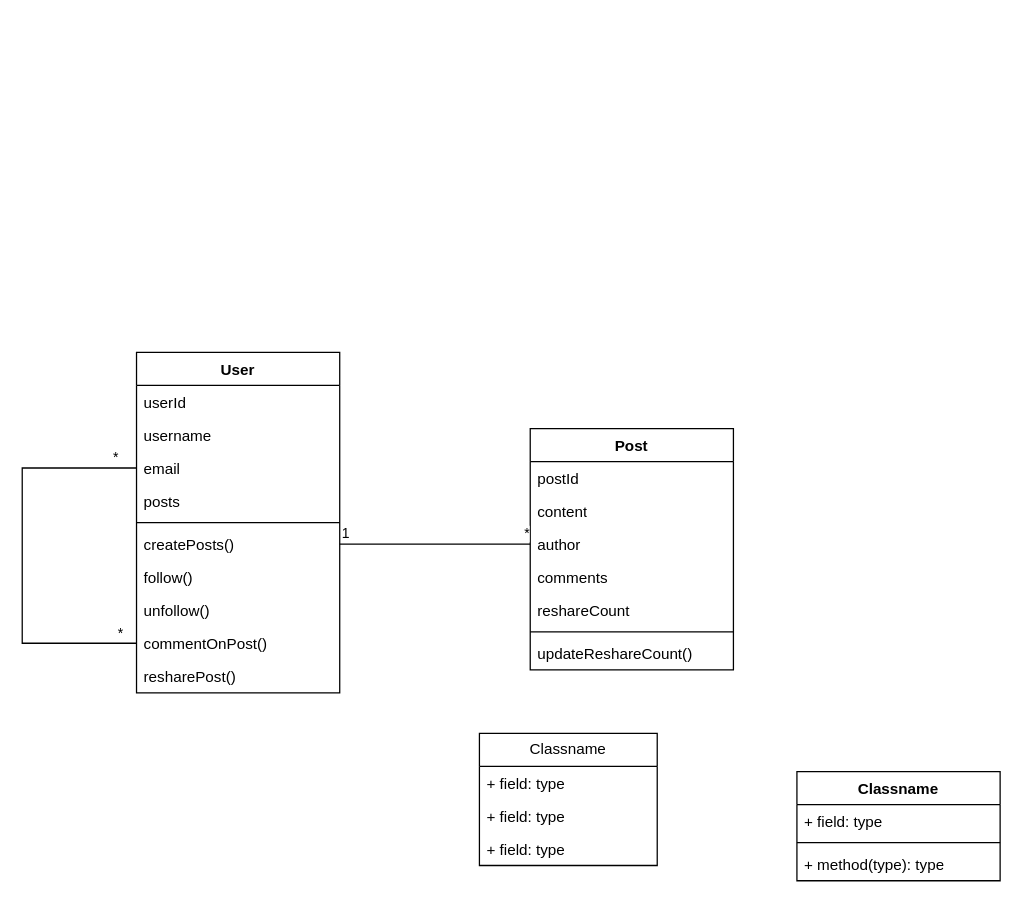
This is social_network.drawio from jilv220/UMLs, a draw.io file, before an edit. Source tidied: cells renumbered, new cells numbered last; positions are measured from the earlier drawing's top-left corner, leaving out a move shared by most shapes. Both pictures are drawn from the tidied source at 127%, with x=0, y=0 at pixel (22, 352).
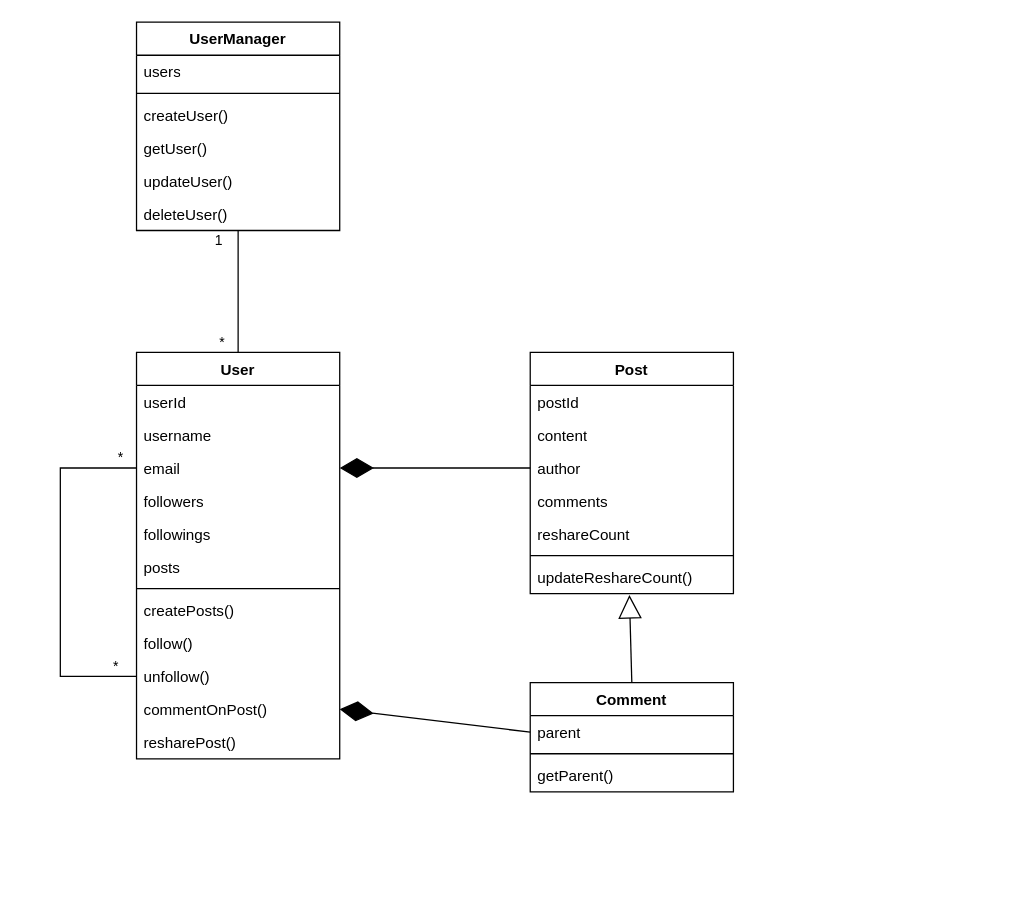
Above is the later version.

The change refers to these unchanged cells:
```xml
<mxCell id="5" value="email" style="text;strokeColor=none;fillColor=none;align=left;verticalAlign=top;spacingLeft=4;spacingRight=4;overflow=hidden;points=[[0,0.5],[1,0.5]];portConstraint=eastwest;whiteSpace=wrap;html=1;" parent="2" vertex="1">
  <mxGeometry y="78" width="160" height="26" as="geometry" />
</mxCell>
<mxCell id="27" value="author" style="text;strokeColor=none;fillColor=none;align=left;verticalAlign=top;spacingLeft=4;spacingRight=4;overflow=hidden;points=[[0,0.5],[1,0.5]];portConstraint=eastwest;whiteSpace=wrap;html=1;" parent="24" vertex="1">
  <mxGeometry y="78" width="160" height="26" as="geometry" />
</mxCell>
<mxCell id="31" value="updateReshareCount()" style="text;strokeColor=none;fillColor=none;align=left;verticalAlign=top;spacingLeft=4;spacingRight=4;overflow=hidden;points=[[0,0.5],[1,0.5]];portConstraint=eastwest;whiteSpace=wrap;html=1;" parent="24" vertex="1">
  <mxGeometry y="164" width="160" height="26" as="geometry" />
</mxCell>
```

Diff of the diagram source:
```diff
@@
     <mxCell id="2" value="User" style="swimlane;fontStyle=1;align=center;verticalAlign=top;horizontal=1;startSize=26;whiteSpace=wrap;html=1;" parent="1" vertex="1">
-      <mxGeometry x="90" width="160" height="268" as="geometry" />
+      <mxGeometry x="90" width="160" height="320" as="geometry" />
     </mxCell>
@@
+    <mxCell id="35" value="followers" style="text;strokeColor=none;fillColor=none;align=left;verticalAlign=top;spacingLeft=4;spacingRight=4;overflow=hidden;whiteSpace=wrap;html=1;" parent="2" vertex="1">
+      <mxGeometry y="104" width="160" height="26" as="geometry" />
+    </mxCell>
+    <mxCell id="36" value="followings" style="text;strokeColor=none;fillColor=none;align=left;verticalAlign=top;spacingLeft=4;spacingRight=4;overflow=hidden;whiteSpace=wrap;html=1;" parent="2" vertex="1">
+      <mxGeometry y="130" width="160" height="26" as="geometry" />
+    </mxCell>
     <mxCell id="6" value="posts" style="text;strokeColor=none;fillColor=none;align=left;verticalAlign=top;spacingLeft=4;spacingRight=4;overflow=hidden;whiteSpace=wrap;html=1;" parent="2" vertex="1">
-      <mxGeometry y="104" width="160" height="26" as="geometry" />
+      <mxGeometry y="156" width="160" height="26" as="geometry" />
     </mxCell>
     <mxCell id="7" style="line;strokeWidth=1;fillColor=none;align=left;verticalAlign=middle;spacingTop=-1;spacingLeft=3;spacingRight=3;labelPosition=right;strokeColor=inherit;" parent="2" vertex="1">
-      <mxGeometry y="130" width="160" height="8" as="geometry" />
+      <mxGeometry y="182" width="160" height="8" as="geometry" />
     </mxCell>
     <mxCell id="8" value="createPosts()" style="text;strokeColor=none;fillColor=none;align=left;verticalAlign=top;spacingLeft=4;spacingRight=4;overflow=hidden;points=[[0,0.5],[1,0.5]];portConstraint=eastwest;whiteSpace=wrap;html=1;" parent="2" vertex="1">
-      <mxGeometry y="138" width="160" height="26" as="geometry" />
+      <mxGeometry y="190" width="160" height="26" as="geometry" />
     </mxCell>
     <mxCell id="9" value="follow()" style="text;strokeColor=none;fillColor=none;align=left;verticalAlign=top;spacingLeft=4;spacingRight=4;overflow=hidden;whiteSpace=wrap;html=1;" parent="2" vertex="1">
-      <mxGeometry y="164" width="160" height="26" as="geometry" />
+      <mxGeometry y="216" width="160" height="26" as="geometry" />
     </mxCell>
     <mxCell id="10" value="unfollow()" style="text;strokeColor=none;fillColor=none;align=left;verticalAlign=top;spacingLeft=4;spacingRight=4;overflow=hidden;points=[[0,0.5],[1,0.5]];portConstraint=eastwest;whiteSpace=wrap;html=1;" parent="2" vertex="1">
-      <mxGeometry y="190" width="160" height="26" as="geometry" />
+      <mxGeometry y="242" width="160" height="26" as="geometry" />
     </mxCell>
     <mxCell id="11" value="commentOnPost()" style="text;strokeColor=none;fillColor=none;align=left;verticalAlign=top;spacingLeft=4;spacingRight=4;overflow=hidden;points=[[0,0.5],[1,0.5]];portConstraint=eastwest;whiteSpace=wrap;html=1;" parent="2" vertex="1">
-      <mxGeometry y="216" width="160" height="26" as="geometry" />
+      <mxGeometry y="268" width="160" height="26" as="geometry" />
     </mxCell>
     <mxCell id="12" value="resharePost()" style="text;strokeColor=none;fillColor=none;align=left;verticalAlign=top;spacingLeft=4;spacingRight=4;overflow=hidden;whiteSpace=wrap;html=1;" parent="2" vertex="1">
-      <mxGeometry y="242" width="160" height="26" as="geometry" />
+      <mxGeometry y="294" width="160" height="26" as="geometry" />
     </mxCell>
-    <mxCell id="13" style="endArrow=none;html=1;edgeStyle=orthogonalEdgeStyle;rounded=0;entryX=0;entryY=0.5;entryDx=0;entryDy=0;exitX=0;exitY=0.5;exitDx=0;exitDy=0;" parent="2" edge="1" source="5" target="11">
-      <mxGeometry relative="1" as="geometry">
-        <Array as="points">
-          <mxPoint x="-90" y="91" />
-          <mxPoint x="-90" y="229" />
-        </Array>
-      </mxGeometry>
-    </mxCell>
+    <mxCell id="37" style="endArrow=none;html=1;edgeStyle=orthogonalEdgeStyle;rounded=0;exitX=0;exitY=0.5;exitDx=0;exitDy=0;entryX=0;entryY=0.5;entryDx=0;entryDy=0;" parent="2" edge="1" source="10" target="5">
+      <mxGeometry relative="1" as="geometry">
+        <Array as="points">
+          <mxPoint x="-60" y="255" />
+          <mxPoint x="-60" y="91" />
+        </Array>
+      </mxGeometry>
+    </mxCell>
-    <mxCell id="14" value="*" style="edgeLabel;html=1;align=left;verticalAlign=bottom;" parent="13" vertex="1">
+    <mxCell id="14" value="*" style="edgeLabel;html=1;align=left;verticalAlign=bottom;" parent="37" vertex="1">
       <mxGeometry x="-1" relative="1" as="geometry">
         <mxPoint x="-20" as="offset" />
       </mxGeometry>
     </mxCell>
-    <mxCell id="15" value="*" style="edgeLabel;html=1;align=right;verticalAlign=bottom;" parent="13" vertex="1">
-      <mxGeometry x="1" relative="1" as="geometry">
-        <mxPoint x="-10" as="offset" />
-      </mxGeometry>
-    </mxCell>
+    <mxCell id="38" value="*" style="edgeLabel;html=1;align=right;verticalAlign=bottom;" parent="37" vertex="1">
+      <mxGeometry x="1" relative="1" as="geometry">
+        <mxPoint x="-10" as="offset" />
+      </mxGeometry>
+    </mxCell>
-    <mxCell id="16" value="Classname" style="swimlane;fontStyle=1;align=center;verticalAlign=top;horizontal=1;startSize=26;whiteSpace=wrap;html=1;" parent="1" vertex="1">
-      <mxGeometry x="610" y="330" width="160" height="86" as="geometry" />
+    <mxCell id="16" value="Comment" style="swimlane;fontStyle=1;align=center;verticalAlign=top;horizontal=1;startSize=26;whiteSpace=wrap;html=1;" parent="1" vertex="1">
+      <mxGeometry x="400" y="260" width="160" height="86" as="geometry" />
     </mxCell>
-    <mxCell id="17" value="+ field: type" style="text;strokeColor=none;fillColor=none;align=left;verticalAlign=top;spacingLeft=4;spacingRight=4;overflow=hidden;points=[[0,0.5],[1,0.5]];portConstraint=eastwest;whiteSpace=wrap;html=1;" parent="16" vertex="1">
+    <mxCell id="17" value="parent" style="text;strokeColor=none;fillColor=none;align=left;verticalAlign=top;spacingLeft=4;spacingRight=4;overflow=hidden;points=[[0,0.5],[1,0.5]];portConstraint=eastwest;whiteSpace=wrap;html=1;" parent="16" vertex="1">
       <mxGeometry y="26" width="160" height="26" as="geometry" />
     </mxCell>
@@
-    <mxCell id="19" value="+ method(type): type" style="text;strokeColor=none;fillColor=none;align=left;verticalAlign=top;spacingLeft=4;spacingRight=4;overflow=hidden;whiteSpace=wrap;html=1;" parent="16" vertex="1">
+    <mxCell id="19" value="getParent()" style="text;strokeColor=none;fillColor=none;align=left;verticalAlign=top;spacingLeft=4;spacingRight=4;overflow=hidden;whiteSpace=wrap;html=1;" parent="16" vertex="1">
       <mxGeometry y="60" width="160" height="26" as="geometry" />
     </mxCell>
-    <mxCell id="20" value="Classname" style="swimlane;fontStyle=0;horizontal=1;startSize=26;fillColor=none;whiteSpace=wrap;html=1;" parent="1" vertex="1">
-      <mxGeometry x="360" y="300" width="140" height="104" as="geometry" />
-    </mxCell>
-    <mxCell id="21" value="+ field: type" style="text;strokeColor=none;fillColor=none;align=left;verticalAlign=top;spacingLeft=4;spacingRight=4;overflow=hidden;whiteSpace=wrap;html=1;" parent="20" vertex="1">
-      <mxGeometry y="26" width="140" height="26" as="geometry" />
-    </mxCell>
-    <mxCell id="22" value="+ field: type" style="text;strokeColor=none;fillColor=none;align=left;verticalAlign=top;spacingLeft=4;spacingRight=4;overflow=hidden;whiteSpace=wrap;html=1;" parent="20" vertex="1">
-      <mxGeometry y="52" width="140" height="26" as="geometry" />
-    </mxCell>
-    <mxCell id="23" value="+ field: type" style="text;strokeColor=none;fillColor=none;align=left;verticalAlign=top;spacingLeft=4;spacingRight=4;overflow=hidden;whiteSpace=wrap;html=1;" parent="20" vertex="1">
-      <mxGeometry y="78" width="140" height="26" as="geometry" />
-    </mxCell>
     <mxCell id="24" value="Post" style="swimlane;fontStyle=1;align=center;verticalAlign=top;horizontal=1;startSize=26;whiteSpace=wrap;html=1;" parent="1" vertex="1">
-      <mxGeometry x="400" y="60" width="160" height="190" as="geometry" />
+      <mxGeometry x="400" width="160" height="190" as="geometry" />
     </mxCell>
@@
-    <mxCell id="32" style="endArrow=none;html=1;edgeStyle=orthogonalEdgeStyle;rounded=0;exitX=1;exitY=0.5;exitDx=0;exitDy=0;entryX=0;entryY=0.5;entryDx=0;entryDy=0;" parent="1" edge="1" source="8" target="27">
-      <mxGeometry relative="1" as="geometry" />
-    </mxCell>
+    <mxCell id="39" style="endArrow=block;endSize=16;endFill=0;html=1;rounded=0;entryX=0.488;entryY=1.038;entryDx=0;entryDy=0;entryPerimeter=0;exitX=0.5;exitY=0;exitDx=0;exitDy=0;" parent="1" edge="1" source="16" target="31">
+      <mxGeometry relative="1" as="geometry" />
+    </mxCell>
+    <mxCell id="40" value="UserManager" style="swimlane;fontStyle=1;align=center;verticalAlign=top;horizontal=1;startSize=26;whiteSpace=wrap;html=1;" parent="1" vertex="1">
+      <mxGeometry x="90" y="-260" width="160" height="164" as="geometry" />
+    </mxCell>
+    <mxCell id="41" value="users" style="text;strokeColor=none;fillColor=none;align=left;verticalAlign=top;spacingLeft=4;spacingRight=4;overflow=hidden;whiteSpace=wrap;html=1;" parent="40" vertex="1">
+      <mxGeometry y="26" width="160" height="26" as="geometry" />
+    </mxCell>
+    <mxCell id="42" style="line;strokeWidth=1;fillColor=none;align=left;verticalAlign=middle;spacingTop=-1;spacingLeft=3;spacingRight=3;labelPosition=right;strokeColor=inherit;" parent="40" vertex="1">
+      <mxGeometry y="52" width="160" height="8" as="geometry" />
+    </mxCell>
+    <mxCell id="43" value="createUser()" style="text;strokeColor=none;fillColor=none;align=left;verticalAlign=top;spacingLeft=4;spacingRight=4;overflow=hidden;whiteSpace=wrap;html=1;" parent="40" vertex="1">
+      <mxGeometry y="60" width="160" height="26" as="geometry" />
+    </mxCell>
+    <mxCell id="44" value="getUser()" style="text;strokeColor=none;fillColor=none;align=left;verticalAlign=top;spacingLeft=4;spacingRight=4;overflow=hidden;whiteSpace=wrap;html=1;" parent="40" vertex="1">
+      <mxGeometry y="86" width="160" height="26" as="geometry" />
+    </mxCell>
+    <mxCell id="45" value="updateUser()" style="text;strokeColor=none;fillColor=none;align=left;verticalAlign=top;spacingLeft=4;spacingRight=4;overflow=hidden;whiteSpace=wrap;html=1;" parent="40" vertex="1">
+      <mxGeometry y="112" width="160" height="26" as="geometry" />
+    </mxCell>
+    <mxCell id="46" value="deleteUser()" style="text;strokeColor=none;fillColor=none;align=left;verticalAlign=top;spacingLeft=4;spacingRight=4;overflow=hidden;whiteSpace=wrap;html=1;" parent="40" vertex="1">
+      <mxGeometry y="138" width="160" height="26" as="geometry" />
+    </mxCell>
+    <mxCell id="47" style="endArrow=none;html=1;edgeStyle=orthogonalEdgeStyle;rounded=0;exitX=0.5;exitY=1;exitDx=0;exitDy=0;entryX=0.5;entryY=0;entryDx=0;entryDy=0;" parent="1" edge="1" source="40" target="2">
+      <mxGeometry relative="1" as="geometry" />
+    </mxCell>
-    <mxCell id="33" value="1" style="edgeLabel;html=1;align=left;verticalAlign=bottom;" parent="32" vertex="1">
-      <mxGeometry x="-1" relative="1" as="geometry" />
+    <mxCell id="33" value="1" style="edgeLabel;html=1;align=left;verticalAlign=bottom;" parent="47" vertex="1">
+      <mxGeometry x="-1" relative="1" as="geometry">
+        <mxPoint x="-20" y="16" as="offset" />
+      </mxGeometry>
     </mxCell>
-    <mxCell id="34" value="*" style="edgeLabel;html=1;align=right;verticalAlign=bottom;" parent="32" vertex="1">
-      <mxGeometry x="1" relative="1" as="geometry" />
-    </mxCell>
+    <mxCell id="48" value="*" style="edgeLabel;html=1;align=right;verticalAlign=bottom;" parent="47" vertex="1">
+      <mxGeometry x="1" relative="1" as="geometry">
+        <mxPoint x="-10" as="offset" />
+      </mxGeometry>
+    </mxCell>
+    <mxCell id="49" style="endArrow=diamondThin;endFill=1;endSize=24;html=1;rounded=0;entryX=1;entryY=0.5;entryDx=0;entryDy=0;exitX=0;exitY=0.5;exitDx=0;exitDy=0;" parent="1" edge="1" source="27" target="5">
+      <mxGeometry relative="1" as="geometry" />
+    </mxCell>
+    <mxCell id="50" style="endArrow=diamondThin;endFill=1;endSize=24;html=1;rounded=0;entryX=1;entryY=0.5;entryDx=0;entryDy=0;exitX=0;exitY=0.5;exitDx=0;exitDy=0;" parent="1" edge="1" source="17" target="11">
+      <mxGeometry relative="1" as="geometry" />
+    </mxCell>
```
